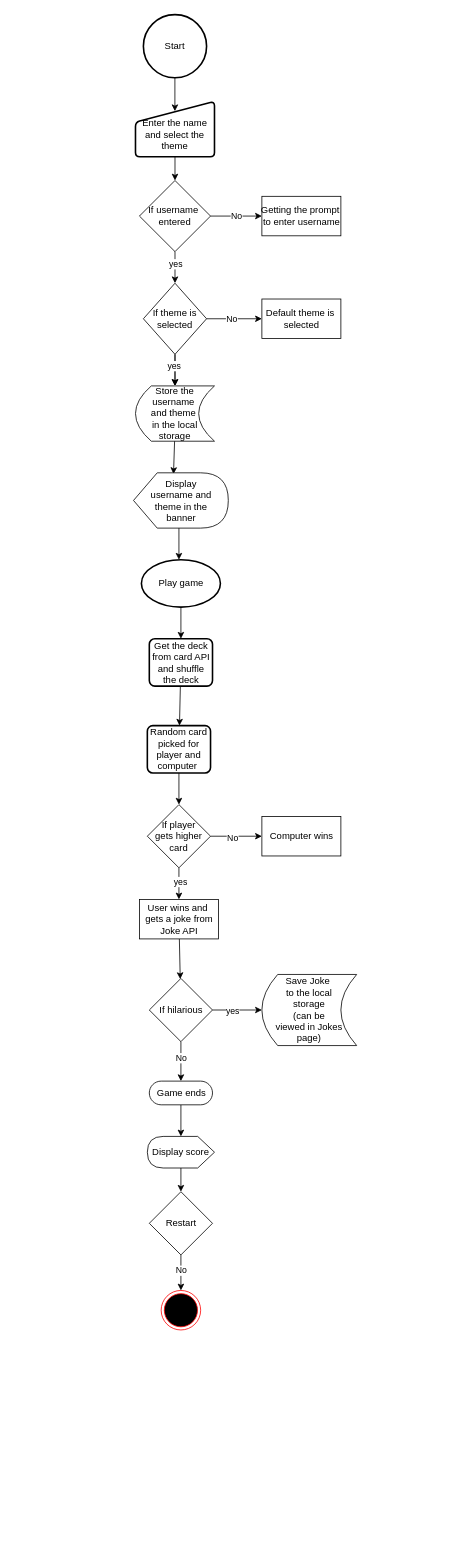
Above: flowchart.drawio in danielstewart914/cards-for-jokes (draw.io), before the change. Source tidied: cells renumbered, new cells numbered last; positions are measured from the earlier drawing's top-left corner, leaving out a move shared by most shapes. Both pictures are drawn from the tidied source at 79%, with x=0, y=0 at pixel (134, 14).
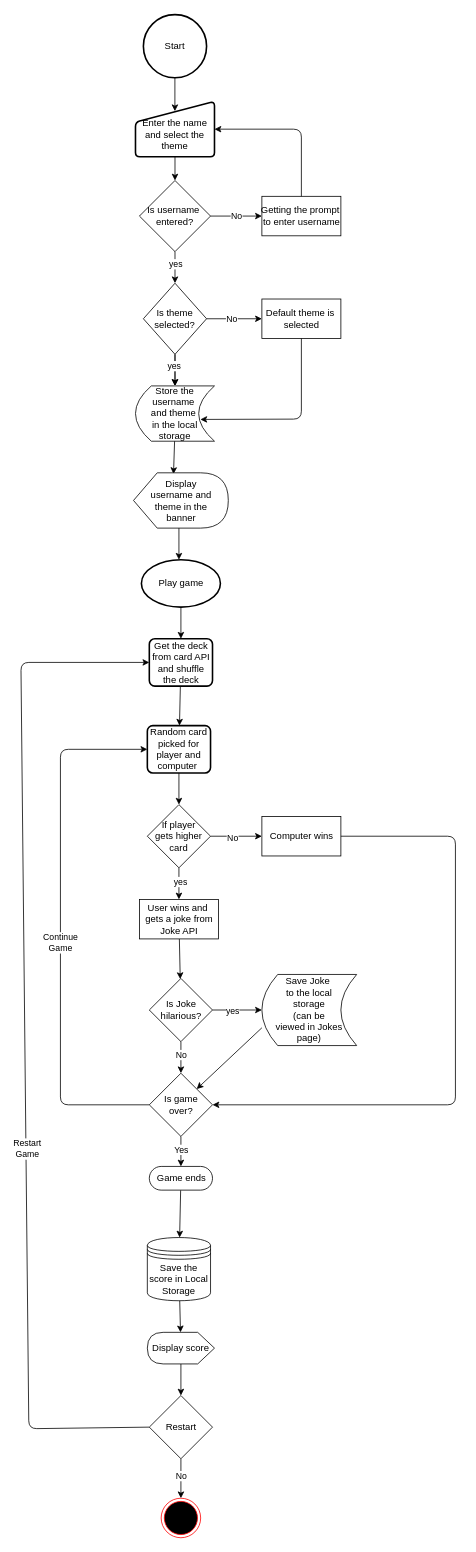
The same page after the edit.

Commit message:
Update the flowchart with continue sequence

The change refers to these unchanged cells:
```xml
<mxCell id="5" value="&lt;br&gt;Enter the name and select the theme" style="html=1;strokeWidth=2;shape=manualInput;whiteSpace=wrap;rounded=1;size=26;arcSize=11;" parent="1" vertex="1">
  <mxGeometry x="2" y="110" width="100" height="70" as="geometry" />
</mxCell>
<mxCell id="7" value="Getting the prompt&amp;nbsp;&lt;br&gt;to enter username" style="html=1;dashed=0;whitespace=wrap;" parent="1" vertex="1">
  <mxGeometry x="162" y="230" width="100" height="50" as="geometry" />
</mxCell>
<mxCell id="10" value="Default theme is&amp;nbsp;&lt;br&gt;selected" style="html=1;dashed=0;whitespace=wrap;" parent="1" vertex="1">
  <mxGeometry x="162" y="360" width="100" height="50" as="geometry" />
</mxCell>
<mxCell id="14" value="Get the deck&lt;br&gt;from card API&lt;br&gt;and shuffle the deck" style="rounded=1;whiteSpace=wrap;html=1;absoluteArcSize=1;arcSize=14;strokeWidth=2;" parent="1" vertex="1">
  <mxGeometry x="19.5" y="790" width="80" height="60" as="geometry" />
</mxCell>
<mxCell id="16" value="Random card picked for player and computer&amp;nbsp;" style="rounded=1;whiteSpace=wrap;html=1;absoluteArcSize=1;arcSize=14;strokeWidth=2;" parent="1" vertex="1">
  <mxGeometry x="17" y="900" width="80" height="60" as="geometry" />
</mxCell>
<mxCell id="22" value="Computer wins" style="html=1;dashed=0;whitespace=wrap;" parent="1" vertex="1">
  <mxGeometry x="162" y="1015" width="100" height="50" as="geometry" />
</mxCell>
<mxCell id="30" value="Save Joke&amp;nbsp;&lt;br&gt;to the local&lt;br&gt;storage&lt;br&gt;(can be &lt;br&gt;viewed in Jokes page)" style="shape=dataStorage;whiteSpace=wrap;html=1;fixedSize=1;" parent="1" vertex="1">
  <mxGeometry x="162" y="1215" width="120" height="90" as="geometry" />
</mxCell>
<mxCell id="31" value="Store the username&amp;nbsp;&lt;br&gt;and theme&amp;nbsp;&lt;br&gt;in the local&lt;br&gt;storage" style="shape=dataStorage;whiteSpace=wrap;html=1;fixedSize=1;" parent="1" vertex="1">
  <mxGeometry x="2" y="470" width="100" height="70" as="geometry" />
</mxCell>
```

The edit, as a diff of the source:
```diff
@@
-    <mxCell id="6" value="If username&amp;nbsp; entered" style="rhombus;whiteSpace=wrap;html=1;" parent="1" vertex="1">
+    <mxCell id="6" value="Is username&amp;nbsp; entered?" style="rhombus;whiteSpace=wrap;html=1;" parent="1" vertex="1">
       <mxGeometry x="7" y="210" width="90" height="90" as="geometry" />
     </mxCell>
@@
-    <mxCell id="9" value="If theme is selected" style="rhombus;whiteSpace=wrap;html=1;" parent="1" vertex="1">
+    <mxCell id="9" value="Is theme selected?" style="rhombus;whiteSpace=wrap;html=1;" parent="1" vertex="1">
       <mxGeometry x="12" y="340" width="80" height="90" as="geometry" />
     </mxCell>
@@
-    <mxCell id="25" style="edgeStyle=none;html=1;" parent="1" edge="1" source="29" target="33">
+    <mxCell id="25" style="edgeStyle=none;html=1;entryX=0.5;entryY=0;entryDx=0;entryDy=0;" parent="1" edge="1" source="29" target="55">
       <mxGeometry relative="1" as="geometry" />
     </mxCell>
@@
-    <mxCell id="29" value="If hilarious" style="rhombus;whiteSpace=wrap;html=1;" parent="1" vertex="1">
+    <mxCell id="29" value="Is Joke&lt;br&gt;hilarious?" style="rhombus;whiteSpace=wrap;html=1;" parent="1" vertex="1">
       <mxGeometry x="19.5" y="1220" width="80" height="80" as="geometry" />
     </mxCell>
@@
-    <mxCell id="32" style="edgeStyle=none;html=1;" parent="1" edge="1" source="33" target="35">
-      <mxGeometry relative="1" as="geometry" />
-    </mxCell>
+    <mxCell id="50" style="edgeStyle=none;html=1;" parent="1" edge="1" source="33" target="52">
+      <mxGeometry relative="1" as="geometry" />
+    </mxCell>
     <mxCell id="33" value="Game ends" style="html=1;dashed=0;whitespace=wrap;shape=mxgraph.dfd.start;" parent="1" vertex="1">
-      <mxGeometry x="19.5" y="1350" width="80" height="30" as="geometry" />
+      <mxGeometry x="19.5" y="1458" width="80" height="30" as="geometry" />
     </mxCell>
@@
     <mxCell id="35" value="Display score" style="shape=display;whiteSpace=wrap;html=1;direction=west;" parent="1" vertex="1">
-      <mxGeometry x="17" y="1420" width="85" height="40" as="geometry" />
+      <mxGeometry x="17" y="1668" width="85" height="40" as="geometry" />
     </mxCell>
@@
     <mxCell id="38" value="Restart" style="rhombus;whiteSpace=wrap;html=1;" parent="1" vertex="1">
-      <mxGeometry x="19.5" y="1490" width="80" height="80" as="geometry" />
+      <mxGeometry x="19.5" y="1748" width="80" height="80" as="geometry" />
     </mxCell>
     <mxCell id="39" style="ellipse;html=1;shape=endState;fillColor=#000000;strokeColor=#ff0000;" parent="1" vertex="1">
-      <mxGeometry x="34.5" y="1615" width="50" height="50" as="geometry" />
+      <mxGeometry x="34.5" y="1878" width="50" height="50" as="geometry" />
     </mxCell>
@@
+    <mxCell id="51" style="edgeStyle=none;html=1;" parent="1" edge="1" source="52" target="35">
+      <mxGeometry relative="1" as="geometry" />
+    </mxCell>
+    <mxCell id="52" value="Save the score in Local Storage&lt;br&gt;" style="shape=datastore;whiteSpace=wrap;html=1;" parent="1" vertex="1">
+      <mxGeometry x="17" y="1548" width="80" height="80" as="geometry" />
+    </mxCell>
+    <mxCell id="53" style="endArrow=classic;html=1;exitX=0.5;exitY=0;exitDx=0;exitDy=0;entryX=1;entryY=0.5;entryDx=0;entryDy=0;" parent="1" edge="1" source="7" target="5">
+      <mxGeometry relative="1" as="geometry">
+        <Array as="points">
+          <mxPoint x="212" y="145" />
+        </Array>
+      </mxGeometry>
+    </mxCell>
+    <mxCell id="54" style="endArrow=classic;html=1;exitX=0.5;exitY=1;exitDx=0;exitDy=0;entryX=0.821;entryY=0.606;entryDx=0;entryDy=0;entryPerimeter=0;" parent="1" edge="1" source="10" target="31">
+      <mxGeometry relative="1" as="geometry">
+        <Array as="points">
+          <mxPoint x="212" y="512" />
+        </Array>
+      </mxGeometry>
+    </mxCell>
+    <mxCell id="55" value="Is game &lt;br&gt;over?" style="rhombus;whiteSpace=wrap;html=1;" parent="1" vertex="1">
+      <mxGeometry x="19.5" y="1340" width="80" height="80" as="geometry" />
+    </mxCell>
+    <mxCell id="56" style="endArrow=classic;html=1;exitX=1;exitY=0.5;exitDx=0;exitDy=0;entryX=1;entryY=0.5;entryDx=0;entryDy=0;" parent="1" edge="1" source="22" target="55">
+      <mxGeometry relative="1" as="geometry">
+        <Array as="points">
+          <mxPoint x="407" y="1040" />
+          <mxPoint x="407" y="1380" />
+        </Array>
+      </mxGeometry>
+    </mxCell>
+    <mxCell id="57" style="endArrow=classic;html=1;exitX=0;exitY=0.75;exitDx=0;exitDy=0;entryX=1;entryY=0;entryDx=0;entryDy=0;" parent="1" edge="1" source="30" target="55">
+      <mxGeometry relative="1" as="geometry" />
+    </mxCell>
+    <mxCell id="58" style="endArrow=classic;html=1;exitX=0.5;exitY=1;exitDx=0;exitDy=0;entryX=0.5;entryY=0.5;entryDx=0;entryDy=-15;entryPerimeter=0;" parent="1" edge="1" source="55" target="33">
+      <mxGeometry relative="1" as="geometry" />
+    </mxCell>
+    <mxCell id="59" value="Yes" style="edgeLabel;html=1;align=center;verticalAlign=middle;" parent="58" vertex="1">
+      <mxGeometry x="-0.36" y="3" relative="1" as="geometry">
+        <mxPoint x="-3" y="4" as="offset" />
+      </mxGeometry>
+    </mxCell>
+    <mxCell id="60" style="endArrow=classic;html=1;exitX=0;exitY=0.5;exitDx=0;exitDy=0;entryX=0;entryY=0.5;entryDx=0;entryDy=0;" parent="1" edge="1" source="55" target="16">
+      <mxGeometry relative="1" as="geometry">
+        <Array as="points">
+          <mxPoint x="-93" y="1380" />
+          <mxPoint x="-93" y="930" />
+        </Array>
+      </mxGeometry>
+    </mxCell>
+    <mxCell id="61" value="Continue&lt;br&gt;Game" style="edgeLabel;html=1;align=center;verticalAlign=middle;" parent="60" vertex="1">
+      <mxGeometry x="-0.05" y="1" relative="1" as="geometry">
+        <mxPoint y="1" as="offset" />
+      </mxGeometry>
+    </mxCell>
+    <mxCell id="62" style="endArrow=classic;html=1;exitX=0;exitY=0.5;exitDx=0;exitDy=0;entryX=0;entryY=0.5;entryDx=0;entryDy=0;" parent="1" edge="1" source="38" target="14">
+      <mxGeometry relative="1" as="geometry">
+        <Array as="points">
+          <mxPoint x="-133" y="1790" />
+          <mxPoint x="-143" y="820" />
+        </Array>
+      </mxGeometry>
+    </mxCell>
+    <mxCell id="63" value="Restart&lt;br&gt;Game" style="edgeLabel;html=1;align=center;verticalAlign=middle;" parent="62" vertex="1">
+      <mxGeometry x="-0.21" y="-1" relative="1" as="geometry">
+        <mxPoint y="1" as="offset" />
+      </mxGeometry>
+    </mxCell>
```
